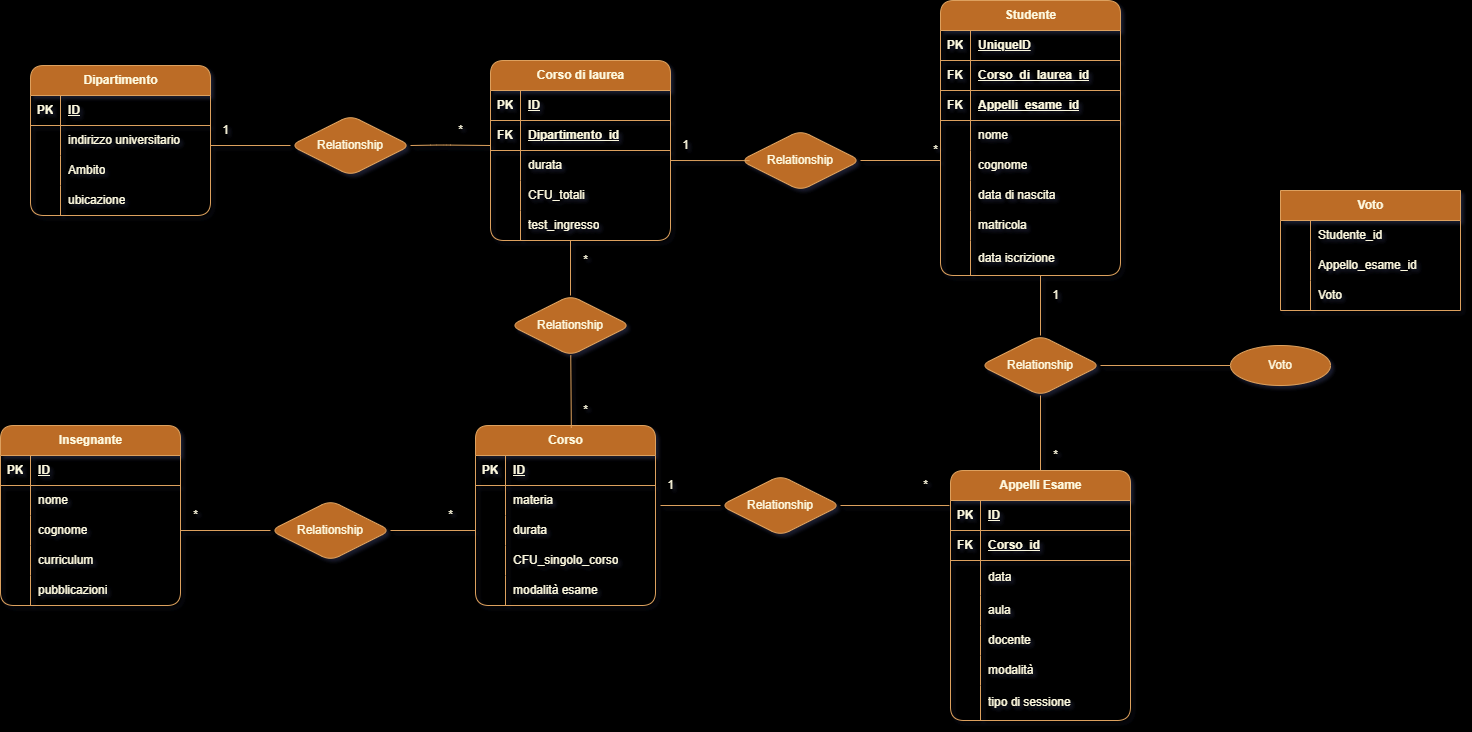
Before: db-university.png, a diagram exported from draw.io (AntonelloStefania/db-university). Source tidied: cells renumbered, new cells last; positions are measured from the earlier drawing's top-left corner, leaving out a move shared by most shapes.
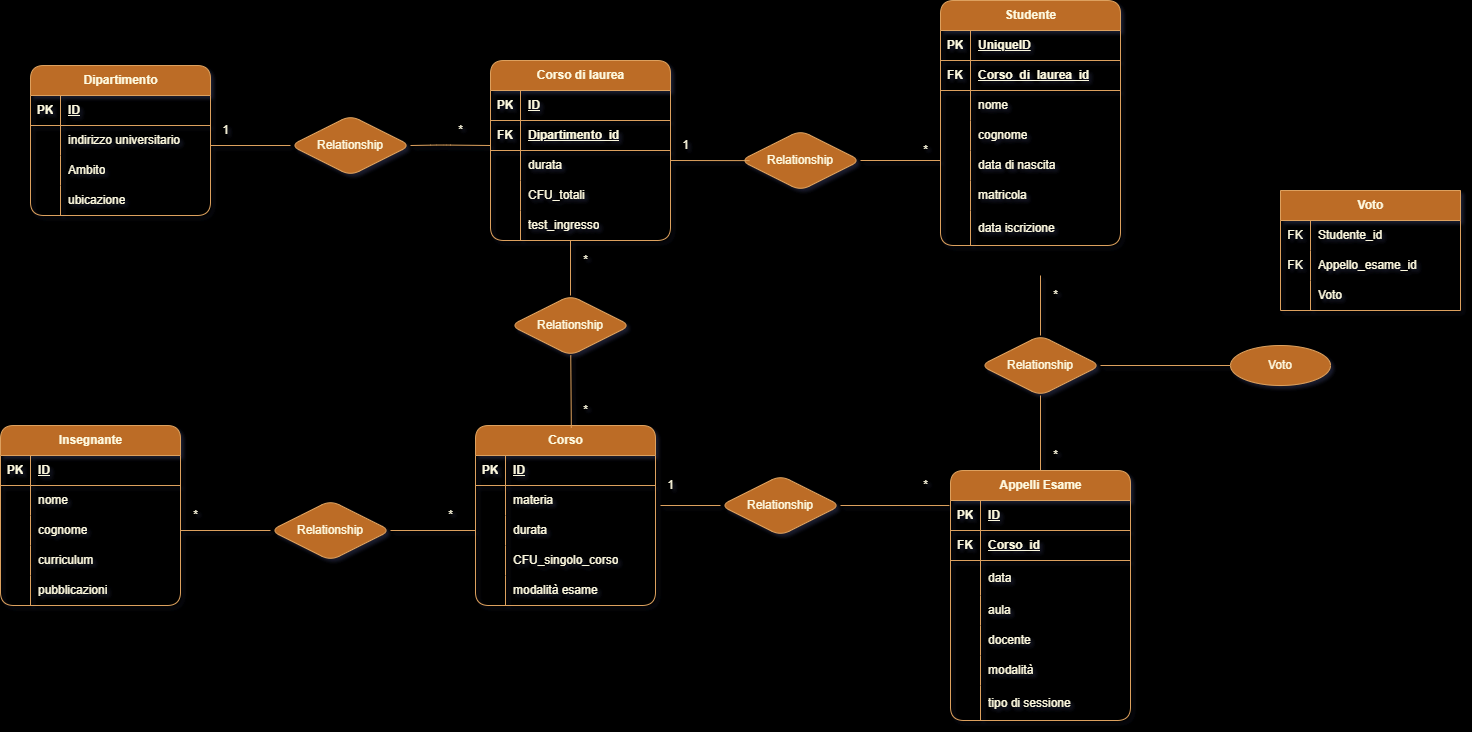
Later version of the same file.

Commit message:
modificata relazione

The edit, as a diff of the source:
```diff
@@ -330,7 +330,7 @@
       <mxGeometry x="910" y="470" width="30" height="30" as="geometry" />
     </mxCell>
     <mxCell id="106" value="Studente" style="shape=table;startSize=30;rowLines=0;fontStyle=1;align=center;html=1;labelBackgroundColor=none;rounded=1;fillColor=#BC6C25;strokeColor=#DDA15E;fontColor=#FEFAE0;" parent="1" vertex="1">
-      <mxGeometry x="940" width="180" height="275" as="geometry" />
+      <mxGeometry x="940" width="180" height="245" as="geometry" />
     </mxCell>
     <mxCell id="107" style="shape=tableRow;horizontal=0;startSize=0;swimlaneHead=0;swimlaneBody=0;fillColor=none;top=0;left=0;right=0;bottom=1;labelBackgroundColor=none;rounded=1;strokeColor=#DDA15E;fontColor=#FEFAE0;" parent="106" vertex="1">
       <mxGeometry y="30" width="180" height="30" as="geometry" />
@@ -350,17 +350,8 @@
     <mxCell id="112" value="Corso_di_laurea_id" style="shape=partialRectangle;fillColor=none;top=0;left=0;bottom=0;right=0;align=left;spacingLeft=6;fontStyle=5;overflow=hidden;whiteSpace=wrap;html=1;labelBackgroundColor=none;rounded=1;strokeColor=#DDA15E;fontColor=#FEFAE0;" parent="110" vertex="1">
       <mxGeometry x="30" width="150" height="30" as="geometry" />
     </mxCell>
-    <mxCell id="113" style="shape=tableRow;horizontal=0;startSize=0;swimlaneHead=0;swimlaneBody=0;fillColor=none;top=0;left=0;right=0;bottom=1;labelBackgroundColor=none;rounded=1;strokeColor=#DDA15E;fontColor=#FEFAE0;" parent="106" vertex="1">
-      <mxGeometry y="90" width="180" height="30" as="geometry" />
-    </mxCell>
-    <mxCell id="114" value="FK" style="shape=partialRectangle;fillColor=none;top=0;left=0;bottom=0;right=0;fontStyle=1;overflow=hidden;whiteSpace=wrap;html=1;labelBackgroundColor=none;rounded=1;strokeColor=#DDA15E;fontColor=#FEFAE0;" parent="113" vertex="1">
-      <mxGeometry width="30" height="30" as="geometry" />
-    </mxCell>
-    <mxCell id="115" value="Appelli_esame_id" style="shape=partialRectangle;fillColor=none;top=0;left=0;bottom=0;right=0;align=left;spacingLeft=6;fontStyle=5;overflow=hidden;whiteSpace=wrap;html=1;labelBackgroundColor=none;rounded=1;strokeColor=#DDA15E;fontColor=#FEFAE0;" parent="113" vertex="1">
-      <mxGeometry x="30" width="150" height="30" as="geometry" />
-    </mxCell>
     <mxCell id="116" style="shape=tableRow;horizontal=0;startSize=0;swimlaneHead=0;swimlaneBody=0;fillColor=none;top=0;left=0;right=0;bottom=0;labelBackgroundColor=none;rounded=1;strokeColor=#DDA15E;fontColor=#FEFAE0;" parent="106" vertex="1">
-      <mxGeometry y="120" width="180" height="30" as="geometry" />
+      <mxGeometry y="90" width="180" height="30" as="geometry" />
     </mxCell>
     <mxCell id="117" style="shape=partialRectangle;fillColor=none;top=0;left=0;bottom=0;right=0;overflow=hidden;whiteSpace=wrap;html=1;labelBackgroundColor=none;rounded=1;strokeColor=#DDA15E;fontColor=#FEFAE0;" parent="116" vertex="1">
       <mxGeometry width="30" height="30" as="geometry" />
@@ -369,7 +360,7 @@
       <mxGeometry x="30" width="150" height="30" as="geometry" />
     </mxCell>
     <mxCell id="119" style="shape=tableRow;horizontal=0;startSize=0;swimlaneHead=0;swimlaneBody=0;fillColor=none;top=0;left=0;right=0;bottom=0;labelBackgroundColor=none;rounded=1;strokeColor=#DDA15E;fontColor=#FEFAE0;" parent="106" vertex="1">
-      <mxGeometry y="150" width="180" height="30" as="geometry" />
+      <mxGeometry y="120" width="180" height="30" as="geometry" />
     </mxCell>
     <mxCell id="120" style="shape=partialRectangle;fillColor=none;top=0;left=0;bottom=0;right=0;overflow=hidden;whiteSpace=wrap;html=1;labelBackgroundColor=none;rounded=1;strokeColor=#DDA15E;fontColor=#FEFAE0;" parent="119" vertex="1">
       <mxGeometry width="30" height="30" as="geometry" />
@@ -378,7 +369,7 @@
       <mxGeometry x="30" width="150" height="30" as="geometry" />
     </mxCell>
     <mxCell id="122" style="shape=tableRow;horizontal=0;startSize=0;swimlaneHead=0;swimlaneBody=0;fillColor=none;top=0;left=0;right=0;bottom=0;labelBackgroundColor=none;rounded=1;strokeColor=#DDA15E;fontColor=#FEFAE0;" parent="106" vertex="1">
-      <mxGeometry y="180" width="180" height="30" as="geometry" />
+      <mxGeometry y="150" width="180" height="30" as="geometry" />
     </mxCell>
     <mxCell id="123" style="shape=partialRectangle;fillColor=none;top=0;left=0;bottom=0;right=0;overflow=hidden;whiteSpace=wrap;html=1;labelBackgroundColor=none;rounded=1;strokeColor=#DDA15E;fontColor=#FEFAE0;" parent="122" vertex="1">
       <mxGeometry width="30" height="30" as="geometry" />
@@ -387,7 +378,7 @@
       <mxGeometry x="30" width="150" height="30" as="geometry" />
     </mxCell>
     <mxCell id="125" style="shape=tableRow;horizontal=0;startSize=0;swimlaneHead=0;swimlaneBody=0;fillColor=none;top=0;left=0;right=0;bottom=0;labelBackgroundColor=none;rounded=1;strokeColor=#DDA15E;fontColor=#FEFAE0;" parent="106" vertex="1">
-      <mxGeometry y="210" width="180" height="30" as="geometry" />
+      <mxGeometry y="180" width="180" height="30" as="geometry" />
     </mxCell>
     <mxCell id="126" style="shape=partialRectangle;fillColor=none;top=0;left=0;bottom=0;right=0;overflow=hidden;whiteSpace=wrap;html=1;labelBackgroundColor=none;rounded=1;strokeColor=#DDA15E;fontColor=#FEFAE0;" parent="125" vertex="1">
       <mxGeometry width="30" height="30" as="geometry" />
@@ -396,7 +387,7 @@
       <mxGeometry x="30" width="150" height="30" as="geometry" />
     </mxCell>
     <mxCell id="128" style="shape=tableRow;horizontal=0;startSize=0;swimlaneHead=0;swimlaneBody=0;fillColor=none;top=0;left=0;right=0;bottom=0;labelBackgroundColor=none;rounded=1;strokeColor=#DDA15E;fontColor=#FEFAE0;" parent="106" vertex="1">
-      <mxGeometry y="240" width="180" height="35" as="geometry" />
+      <mxGeometry y="210" width="180" height="35" as="geometry" />
     </mxCell>
     <mxCell id="129" style="shape=partialRectangle;fillColor=none;top=0;left=0;bottom=0;right=0;overflow=hidden;whiteSpace=wrap;html=1;labelBackgroundColor=none;rounded=1;strokeColor=#DDA15E;fontColor=#FEFAE0;" parent="128" vertex="1">
       <mxGeometry width="30" height="35" as="geometry" />
@@ -422,7 +413,7 @@
       <mxGeometry x="670" y="130" width="30" height="30" as="geometry" />
     </mxCell>
     <mxCell id="135" value="*" style="text;html=1;align=center;verticalAlign=middle;strokeColor=none;fillColor=none;labelBackgroundColor=none;rounded=1;fontColor=#FEFAE0;" parent="1" vertex="1">
-      <mxGeometry x="920" y="135" width="30" height="30" as="geometry" />
+      <mxGeometry x="910" y="135" width="30" height="30" as="geometry" />
     </mxCell>
     <mxCell id="136" value="Relationship" style="shape=rhombus;perimeter=rhombusPerimeter;whiteSpace=wrap;html=1;align=center;labelBackgroundColor=none;rounded=1;fillColor=#BC6C25;strokeColor=#DDA15E;fontColor=#FEFAE0;" parent="1" vertex="1">
       <mxGeometry x="980" y="335" width="120" height="60" as="geometry" />
@@ -430,7 +421,7 @@
     <mxCell id="137" style="endArrow=none;html=1;rounded=1;entryX=0.5;entryY=1;entryDx=0;entryDy=0;labelBackgroundColor=none;fontColor=default;strokeColor=#DDA15E;" parent="1" edge="1" source="78" target="136">
       <mxGeometry relative="1" as="geometry" />
     </mxCell>
-    <mxCell id="138" value="1" style="text;html=1;align=center;verticalAlign=middle;strokeColor=none;fillColor=none;labelBackgroundColor=none;fontColor=#FEFAE0;" parent="1" vertex="1">
+    <mxCell id="138" value="*" style="text;html=1;align=center;verticalAlign=middle;strokeColor=none;fillColor=none;labelBackgroundColor=none;fontColor=#FEFAE0;" parent="1" vertex="1">
       <mxGeometry x="1040" y="280" width="30" height="30" as="geometry" />
     </mxCell>
     <mxCell id="139" value="*" style="text;html=1;align=center;verticalAlign=middle;strokeColor=none;fillColor=none;fontColor=#FEFAE0;" parent="1" vertex="1">
@@ -456,7 +447,7 @@
     <mxCell id="144" style="shape=tableRow;horizontal=0;startSize=0;swimlaneHead=0;swimlaneBody=0;fillColor=none;top=0;left=0;right=0;bottom=0;strokeColor=#DDA15E;fontColor=#FEFAE0;" parent="143" vertex="1">
       <mxGeometry y="30" width="180" height="30" as="geometry" />
     </mxCell>
-    <mxCell id="145" style="shape=partialRectangle;fillColor=none;top=0;left=0;bottom=0;right=0;overflow=hidden;whiteSpace=wrap;html=1;strokeColor=#DDA15E;fontColor=#FEFAE0;" parent="144" vertex="1">
+    <mxCell id="145" value="FK" style="shape=partialRectangle;fillColor=none;top=0;left=0;bottom=0;right=0;overflow=hidden;whiteSpace=wrap;html=1;strokeColor=#DDA15E;fontColor=#FEFAE0;" parent="144" vertex="1">
       <mxGeometry width="30" height="30" as="geometry" />
     </mxCell>
     <mxCell id="146" value="Studente_id" style="shape=partialRectangle;fillColor=none;top=0;left=0;bottom=0;right=0;align=left;spacingLeft=6;overflow=hidden;whiteSpace=wrap;html=1;strokeColor=#DDA15E;fontColor=#FEFAE0;" parent="144" vertex="1">
@@ -465,7 +456,7 @@
     <mxCell id="147" style="shape=tableRow;horizontal=0;startSize=0;swimlaneHead=0;swimlaneBody=0;fillColor=none;top=0;left=0;right=0;bottom=0;strokeColor=#DDA15E;fontColor=#FEFAE0;" parent="143" vertex="1">
       <mxGeometry y="60" width="180" height="30" as="geometry" />
     </mxCell>
-    <mxCell id="148" style="shape=partialRectangle;fillColor=none;top=0;left=0;bottom=0;right=0;overflow=hidden;whiteSpace=wrap;html=1;strokeColor=#DDA15E;fontColor=#FEFAE0;" parent="147" vertex="1">
+    <mxCell id="148" value="FK" style="shape=partialRectangle;fillColor=none;top=0;left=0;bottom=0;right=0;overflow=hidden;whiteSpace=wrap;html=1;strokeColor=#DDA15E;fontColor=#FEFAE0;" parent="147" vertex="1">
       <mxGeometry width="30" height="30" as="geometry" />
     </mxCell>
     <mxCell id="149" value="Appello_esame_id" style="shape=partialRectangle;fillColor=none;top=0;left=0;bottom=0;right=0;align=left;spacingLeft=6;overflow=hidden;whiteSpace=wrap;html=1;strokeColor=#DDA15E;fontColor=#FEFAE0;" parent="147" vertex="1">
```
